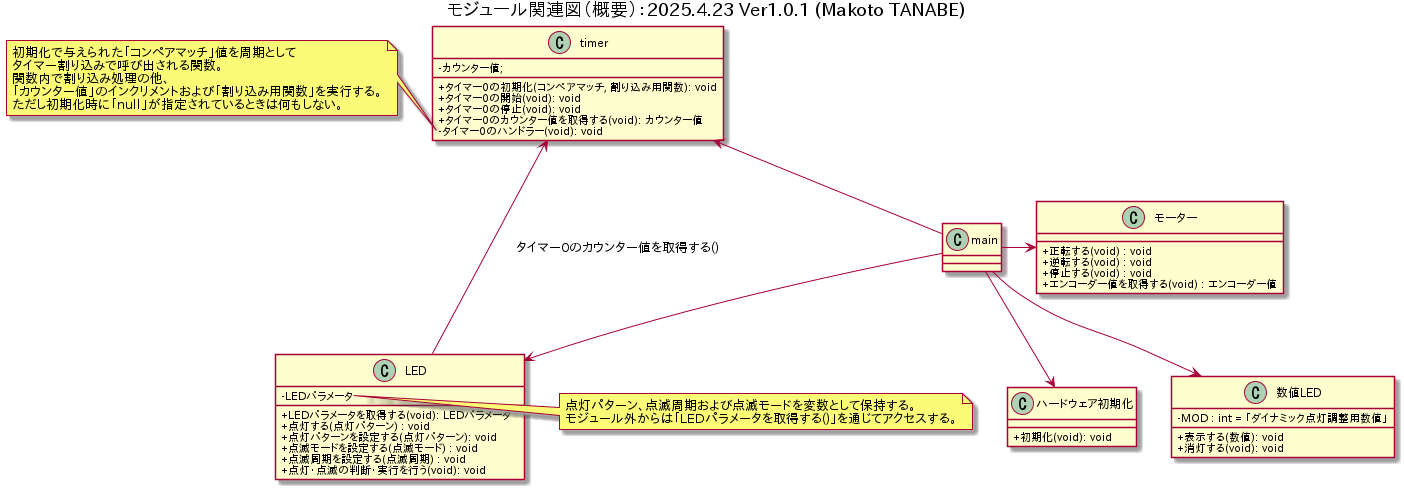
Earlier version of the PlantUML export AssociationChart/GaiyouModuleV2.png (rebuildup/GRI-2nd). Its diagram source:
```plantuml
@startuml
skinparam classAttributeIconSize 0

title モジュール関連図（概要）：2025.4.23 Ver1.0.1 (Makoto TANABE)



class main {
}


class ハードウェア初期化 {
  + 初期化(void): void
}

class LED {
  -LEDパラメータ
  +LEDパラメータを取得する(void): LEDパラメータ *
  +点灯する(点灯パターン) : void
  +点灯パターンを設定する(点灯パターン): void
  +点滅モードを設定する(点滅モード) : void
  +点滅周期を設定する(点滅周期) : void
  +点灯・点滅の判断・実行を行う(void): void
}

note right of LED::LEDパラメータ
点灯パターン、点滅周期および点滅モードを変数として保持する。
モジュール外からは「LEDパラメータを取得する()」を通じてアクセスする。
end note


class 数値LED {
  -MOD : int = 「ダイナミック点灯調整用数値」
  +表示する(数値): void
  +消灯する(void): void
}

class モーター {
 +正転する(void) : void
 +逆転する(void) : void
 +停止する(void) : void
 +エンコーダー値を取得する(void) : エンコーダー値
}

class timer {
  - カウンター値;
  + タイマー0の初期化(コンペアマッチ, 割り込み用関数): void
  + タイマー0の開始(void): void
  + タイマー0の停止(void): void
  + タイマー0のカウンター値を取得する(void): カウンター値
  - タイマー0のハンドラー(void): void
}

note left of timer::タイマー0のハンドラー
初期化で与えられた「コンペアマッチ」値を周期として
タイマー割り込みで呼び出される関数。
関数内で割り込み処理の他、
「カウンター値」のインクリメントおよび「割り込み用関数」を実行する。
ただし初期化時に「null」が指定されているときは何もしない。
end note

main -u-> timer
main --> ハードウェア初期化
main --> LED
main -d-> 数値LED
main -r-> モーター
timer <-- LED : タイマー0のカウンター値を取得する()
@enduml
```
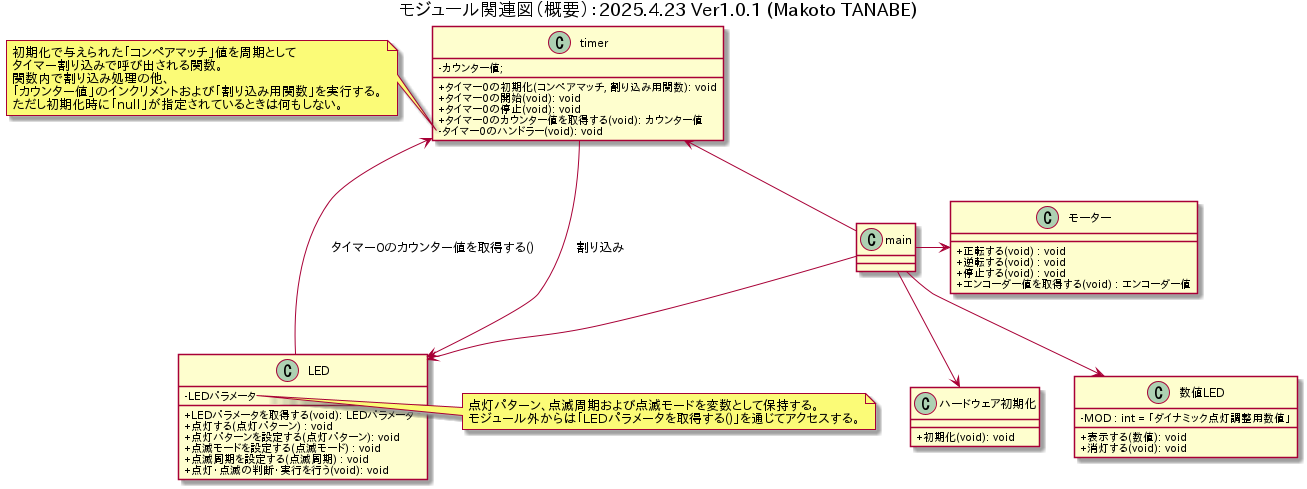
The same diagram one commit later.

What changed in the source:
```diff
@@ -65,4 +65,5 @@
 main -d-> 数値LED
 main -r-> モーター
 timer <-- LED : タイマー0のカウンター値を取得する()
+timer --> LED :割り込み
 @enduml
```
